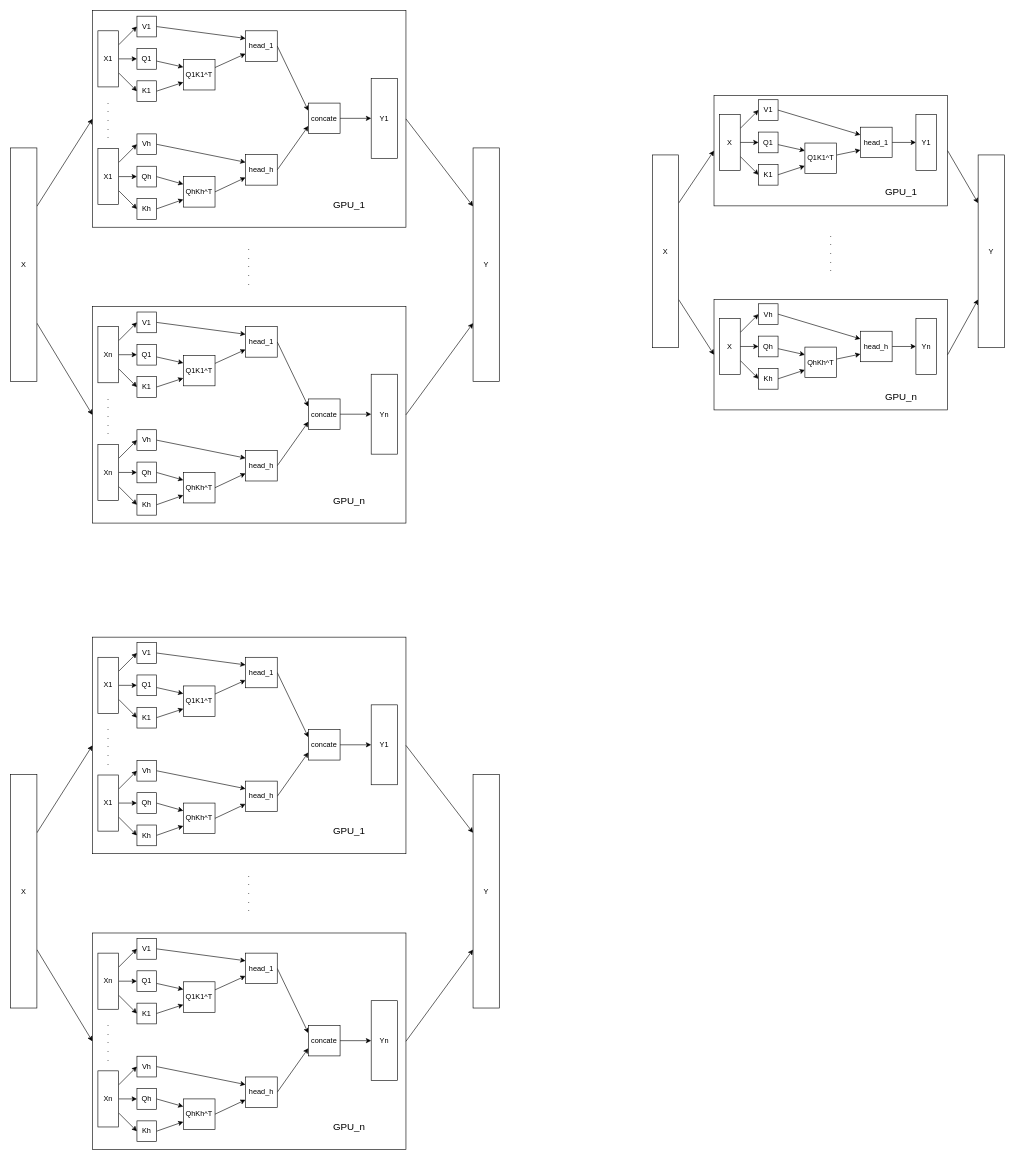
Earlier version of the draw.io diagram page "第 4 页" (4 of 4) of Untitled Diagram.drawio (htliang25/picture). Source tidied: cells renumbered, new cells numbered last; positions are measured from the earlier drawing's top-left corner, leaving out a move shared by most shapes. Both pictures are drawn from the tidied source at 61%, with x=0, y=0 at pixel (10, 10).
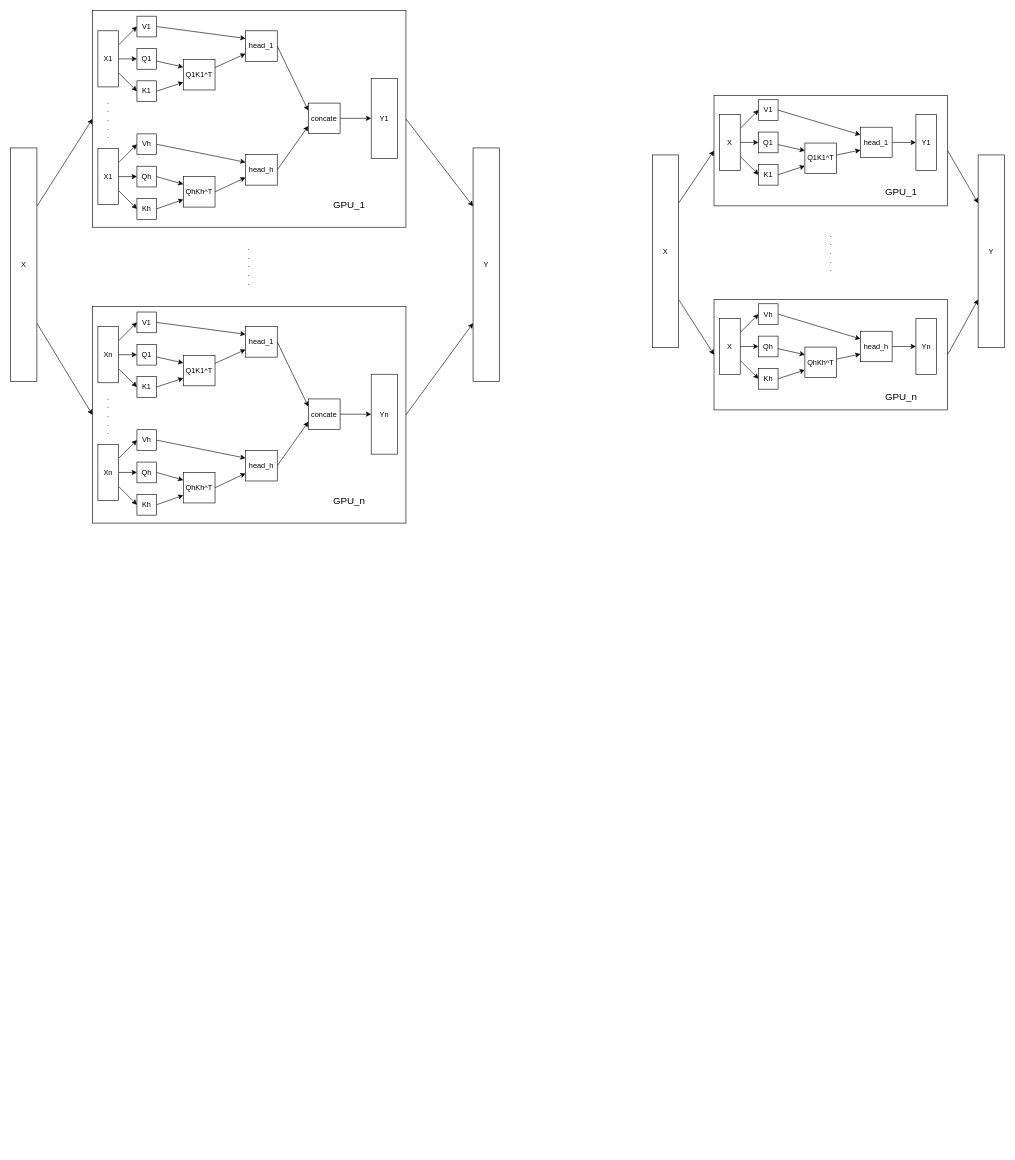
The same page after the edit.

Diff of the diagram source:
```diff
@@
-    <mxCell id="3" style="edgeStyle=none;rounded=0;jettySize=auto;html=1;exitX=1;exitY=0.5;exitDx=0;exitDy=0;entryX=0;entryY=0.25;entryDx=0;entryDy=0;fontSize=16;" parent="1" edge="1" source="5" target="192">
-      <mxGeometry relative="1" as="geometry" />
-    </mxCell>
@@
-    <mxCell id="5" style="rounded=0;whiteSpace=wrap;html=1;fillColor=none;" parent="1" vertex="1">
-      <mxGeometry x="134" y="1027" width="514" height="355" as="geometry" />
-    </mxCell>
@@
-    <mxCell id="11" style="edgeStyle=none;rounded=0;jettySize=auto;html=1;exitX=1;exitY=0.5;exitDx=0;exitDy=0;entryX=0;entryY=0.75;entryDx=0;entryDy=0;fontSize=16;" parent="1" edge="1" source="13" target="192">
-      <mxGeometry relative="1" as="geometry" />
-    </mxCell>
@@
-    <mxCell id="13" style="rounded=0;whiteSpace=wrap;html=1;fillColor=none;" parent="1" vertex="1">
-      <mxGeometry x="134" y="1512" width="514" height="355" as="geometry" />
-    </mxCell>
@@
-    <mxCell id="15" style="edgeStyle=none;rounded=0;jettySize=auto;html=1;exitX=1;exitY=0.25;exitDx=0;exitDy=0;entryX=0;entryY=0.5;entryDx=0;entryDy=0;" parent="1" edge="1" source="27" target="63">
-      <mxGeometry relative="1" as="geometry" />
-    </mxCell>
@@
-    <mxCell id="19" style="edgeStyle=none;rounded=0;jettySize=auto;html=1;exitX=1;exitY=0.5;exitDx=0;exitDy=0;entryX=0;entryY=0.5;entryDx=0;entryDy=0;" parent="1" edge="1" source="27" target="47">
-      <mxGeometry relative="1" as="geometry" />
-    </mxCell>
@@
-    <mxCell id="23" style="edgeStyle=none;rounded=0;jettySize=auto;html=1;exitX=1;exitY=0.75;exitDx=0;exitDy=0;entryX=0;entryY=0.5;entryDx=0;entryDy=0;" parent="1" edge="1" source="27" target="55">
-      <mxGeometry relative="1" as="geometry" />
-    </mxCell>
@@
-    <mxCell id="27" value="X1" style="rounded=0;whiteSpace=wrap;html=1;" parent="1" vertex="1">
-      <mxGeometry x="143" y="1060" width="34" height="92" as="geometry" />
-    </mxCell>
@@
-    <mxCell id="33" style="edgeStyle=none;rounded=0;jettySize=auto;html=1;exitX=1;exitY=0.25;exitDx=0;exitDy=0;entryX=0;entryY=0.5;entryDx=0;entryDy=0;" parent="1" edge="1" source="39" target="77">
-      <mxGeometry relative="1" as="geometry" />
-    </mxCell>
@@
-    <mxCell id="35" style="edgeStyle=none;rounded=0;jettySize=auto;html=1;exitX=1;exitY=0.5;exitDx=0;exitDy=0;entryX=0;entryY=0.5;entryDx=0;entryDy=0;" parent="1" edge="1" source="39" target="69">
-      <mxGeometry relative="1" as="geometry" />
-    </mxCell>
@@
-    <mxCell id="37" style="edgeStyle=none;rounded=0;jettySize=auto;html=1;exitX=1;exitY=0.75;exitDx=0;exitDy=0;entryX=0;entryY=0.5;entryDx=0;entryDy=0;" parent="1" edge="1" source="39" target="73">
-      <mxGeometry relative="1" as="geometry" />
-    </mxCell>
@@
-    <mxCell id="39" value="X1" style="rounded=0;whiteSpace=wrap;html=1;" parent="1" vertex="1">
-      <mxGeometry x="143" y="1253" width="34" height="92" as="geometry" />
-    </mxCell>
@@
-    <mxCell id="41" value=".&lt;br&gt;.&lt;br&gt;.&lt;br&gt;.&lt;br&gt;." style="text;html=1;strokeColor=none;fillColor=none;align=center;verticalAlign=middle;whiteSpace=wrap;rounded=0;" parent="1" vertex="1">
-      <mxGeometry x="148" y="1154" width="24" height="99" as="geometry" />
-    </mxCell>
@@
-    <mxCell id="43" style="edgeStyle=none;rounded=0;jettySize=auto;html=1;entryX=0;entryY=0.25;entryDx=0;entryDy=0;" parent="1" edge="1" source="47" target="83">
-      <mxGeometry relative="1" as="geometry" />
-    </mxCell>
@@
-    <mxCell id="47" value="Q1" style="rounded=0;whiteSpace=wrap;html=1;" parent="1" vertex="1">
-      <mxGeometry x="207" y="1089" width="32" height="34" as="geometry" />
-    </mxCell>
@@
-    <mxCell id="51" style="edgeStyle=none;rounded=0;jettySize=auto;html=1;exitX=1;exitY=0.5;exitDx=0;exitDy=0;entryX=0;entryY=0.75;entryDx=0;entryDy=0;" parent="1" edge="1" source="55" target="83">
-      <mxGeometry relative="1" as="geometry" />
-    </mxCell>
@@
-    <mxCell id="55" value="K1" style="rounded=0;whiteSpace=wrap;html=1;" parent="1" vertex="1">
-      <mxGeometry x="207" y="1142" width="32" height="34" as="geometry" />
-    </mxCell>
@@
-    <mxCell id="59" style="edgeStyle=none;rounded=0;jettySize=auto;html=1;exitX=1;exitY=0.5;exitDx=0;exitDy=0;entryX=0;entryY=0.25;entryDx=0;entryDy=0;" parent="1" edge="1" source="63" target="89">
-      <mxGeometry relative="1" as="geometry" />
-    </mxCell>
@@
-    <mxCell id="63" value="V1" style="rounded=0;whiteSpace=wrap;html=1;" parent="1" vertex="1">
-      <mxGeometry x="207" y="1036" width="32" height="34" as="geometry" />
-    </mxCell>
@@
-    <mxCell id="67" style="edgeStyle=none;rounded=0;jettySize=auto;html=1;exitX=1;exitY=0.5;exitDx=0;exitDy=0;entryX=0;entryY=0.25;entryDx=0;entryDy=0;" parent="1" edge="1" source="69" target="97">
-      <mxGeometry relative="1" as="geometry" />
-    </mxCell>
@@
-    <mxCell id="69" value="Qh" style="rounded=0;whiteSpace=wrap;html=1;" parent="1" vertex="1">
-      <mxGeometry x="207" y="1282" width="32" height="34" as="geometry" />
-    </mxCell>
@@
-    <mxCell id="71" style="edgeStyle=none;rounded=0;jettySize=auto;html=1;exitX=1;exitY=0.5;exitDx=0;exitDy=0;entryX=0;entryY=0.75;entryDx=0;entryDy=0;" parent="1" edge="1" source="73" target="97">
-      <mxGeometry relative="1" as="geometry" />
-    </mxCell>
@@
-    <mxCell id="73" value="Kh" style="rounded=0;whiteSpace=wrap;html=1;" parent="1" vertex="1">
-      <mxGeometry x="207" y="1335" width="32" height="34" as="geometry" />
-    </mxCell>
@@
-    <mxCell id="75" style="edgeStyle=none;rounded=0;jettySize=auto;html=1;exitX=1;exitY=0.5;exitDx=0;exitDy=0;entryX=0;entryY=0.25;entryDx=0;entryDy=0;" parent="1" edge="1" source="77" target="101">
-      <mxGeometry relative="1" as="geometry" />
-    </mxCell>
@@
-    <mxCell id="77" value="Vh" style="rounded=0;whiteSpace=wrap;html=1;" parent="1" vertex="1">
-      <mxGeometry x="207" y="1229" width="32" height="34" as="geometry" />
-    </mxCell>
@@
-    <mxCell id="79" style="edgeStyle=none;rounded=0;jettySize=auto;html=1;entryX=0;entryY=0.75;entryDx=0;entryDy=0;" parent="1" edge="1" source="83" target="89">
-      <mxGeometry relative="1" as="geometry" />
-    </mxCell>
@@
-    <mxCell id="83" value="Q1K1^T" style="rounded=0;whiteSpace=wrap;html=1;" parent="1" vertex="1">
-      <mxGeometry x="283" y="1107" width="52" height="50" as="geometry" />
-    </mxCell>
@@
-    <mxCell id="87" style="edgeStyle=none;rounded=0;jettySize=auto;html=1;exitX=1;exitY=0.5;exitDx=0;exitDy=0;entryX=0;entryY=0.25;entryDx=0;entryDy=0;" parent="1" edge="1" source="89" target="105">
-      <mxGeometry relative="1" as="geometry" />
-    </mxCell>
@@
-    <mxCell id="89" value="head_1" style="rounded=0;whiteSpace=wrap;html=1;" parent="1" vertex="1">
-      <mxGeometry x="385" y="1060" width="52" height="50" as="geometry" />
-    </mxCell>
@@
-    <mxCell id="95" style="edgeStyle=none;rounded=0;jettySize=auto;html=1;exitX=1;exitY=0.5;exitDx=0;exitDy=0;entryX=0;entryY=0.75;entryDx=0;entryDy=0;" parent="1" edge="1" source="97" target="101">
-      <mxGeometry relative="1" as="geometry" />
-    </mxCell>
@@
-    <mxCell id="97" value="QhKh^T" style="rounded=0;whiteSpace=wrap;html=1;" parent="1" vertex="1">
-      <mxGeometry x="283" y="1299" width="52" height="50" as="geometry" />
-    </mxCell>
@@
-    <mxCell id="99" style="edgeStyle=none;rounded=0;jettySize=auto;html=1;exitX=1;exitY=0.5;exitDx=0;exitDy=0;entryX=0;entryY=0.75;entryDx=0;entryDy=0;" parent="1" edge="1" source="101" target="105">
-      <mxGeometry relative="1" as="geometry" />
-    </mxCell>
@@
-    <mxCell id="101" value="head_h" style="rounded=0;whiteSpace=wrap;html=1;" parent="1" vertex="1">
-      <mxGeometry x="385" y="1263" width="52" height="50" as="geometry" />
-    </mxCell>
@@
-    <mxCell id="103" style="edgeStyle=none;rounded=0;jettySize=auto;html=1;" parent="1" edge="1" source="105" target="107">
-      <mxGeometry relative="1" as="geometry" />
-    </mxCell>
@@
-    <mxCell id="105" value="concate" style="rounded=0;whiteSpace=wrap;html=1;" parent="1" vertex="1">
-      <mxGeometry x="488" y="1178.5" width="52" height="50" as="geometry" />
-    </mxCell>
@@
-    <mxCell id="107" value="Y1" style="rounded=0;whiteSpace=wrap;html=1;" parent="1" vertex="1">
-      <mxGeometry x="591" y="1138" width="43" height="131" as="geometry" />
-    </mxCell>
@@
-    <mxCell id="109" value="&lt;font style=&quot;font-size: 16px;&quot;&gt;GPU_1&lt;/font&gt;" style="text;html=1;strokeColor=none;fillColor=none;align=center;verticalAlign=middle;whiteSpace=wrap;rounded=0;" parent="1" vertex="1">
-      <mxGeometry x="519" y="1325" width="72" height="40" as="geometry" />
-    </mxCell>
@@
-    <mxCell id="113" style="edgeStyle=none;rounded=0;jettySize=auto;html=1;exitX=1;exitY=0.25;exitDx=0;exitDy=0;entryX=0;entryY=0.5;entryDx=0;entryDy=0;" parent="1" edge="1" source="119" target="141">
-      <mxGeometry relative="1" as="geometry" />
-    </mxCell>
@@
-    <mxCell id="115" style="edgeStyle=none;rounded=0;jettySize=auto;html=1;exitX=1;exitY=0.5;exitDx=0;exitDy=0;entryX=0;entryY=0.5;entryDx=0;entryDy=0;" parent="1" edge="1" source="119" target="133">
-      <mxGeometry relative="1" as="geometry" />
-    </mxCell>
@@
-    <mxCell id="117" style="edgeStyle=none;rounded=0;jettySize=auto;html=1;exitX=1;exitY=0.75;exitDx=0;exitDy=0;entryX=0;entryY=0.5;entryDx=0;entryDy=0;" parent="1" edge="1" source="119" target="137">
-      <mxGeometry relative="1" as="geometry" />
-    </mxCell>
@@
-    <mxCell id="119" value="Xn" style="rounded=0;whiteSpace=wrap;html=1;" parent="1" vertex="1">
-      <mxGeometry x="143" y="1545" width="34" height="92" as="geometry" />
-    </mxCell>
@@
-    <mxCell id="121" style="edgeStyle=none;rounded=0;jettySize=auto;html=1;exitX=1;exitY=0.25;exitDx=0;exitDy=0;entryX=0;entryY=0.5;entryDx=0;entryDy=0;" parent="1" edge="1" source="127" target="153">
-      <mxGeometry relative="1" as="geometry" />
-    </mxCell>
@@
-    <mxCell id="123" style="edgeStyle=none;rounded=0;jettySize=auto;html=1;exitX=1;exitY=0.5;exitDx=0;exitDy=0;entryX=0;entryY=0.5;entryDx=0;entryDy=0;" parent="1" edge="1" source="127" target="145">
-      <mxGeometry relative="1" as="geometry" />
-    </mxCell>
@@
-    <mxCell id="125" style="edgeStyle=none;rounded=0;jettySize=auto;html=1;exitX=1;exitY=0.75;exitDx=0;exitDy=0;entryX=0;entryY=0.5;entryDx=0;entryDy=0;" parent="1" edge="1" source="127" target="149">
-      <mxGeometry relative="1" as="geometry" />
-    </mxCell>
@@
-    <mxCell id="127" value="Xn" style="rounded=0;whiteSpace=wrap;html=1;" parent="1" vertex="1">
-      <mxGeometry x="143" y="1738" width="34" height="92" as="geometry" />
-    </mxCell>
@@
-    <mxCell id="129" value=".&lt;br&gt;.&lt;br&gt;.&lt;br&gt;.&lt;br&gt;." style="text;html=1;strokeColor=none;fillColor=none;align=center;verticalAlign=middle;whiteSpace=wrap;rounded=0;" parent="1" vertex="1">
-      <mxGeometry x="148" y="1639" width="24" height="99" as="geometry" />
-    </mxCell>
@@
-    <mxCell id="131" style="edgeStyle=none;rounded=0;jettySize=auto;html=1;entryX=0;entryY=0.25;entryDx=0;entryDy=0;" parent="1" edge="1" source="133" target="157">
-      <mxGeometry relative="1" as="geometry" />
-    </mxCell>
@@
-    <mxCell id="133" value="Q1" style="rounded=0;whiteSpace=wrap;html=1;" parent="1" vertex="1">
-      <mxGeometry x="207" y="1574" width="32" height="34" as="geometry" />
-    </mxCell>
@@
-    <mxCell id="135" style="edgeStyle=none;rounded=0;jettySize=auto;html=1;exitX=1;exitY=0.5;exitDx=0;exitDy=0;entryX=0;entryY=0.75;entryDx=0;entryDy=0;" parent="1" edge="1" source="137" target="157">
-      <mxGeometry relative="1" as="geometry" />
-    </mxCell>
@@
-    <mxCell id="137" value="K1" style="rounded=0;whiteSpace=wrap;html=1;" parent="1" vertex="1">
-      <mxGeometry x="207" y="1627" width="32" height="34" as="geometry" />
-    </mxCell>
@@
-    <mxCell id="139" style="edgeStyle=none;rounded=0;jettySize=auto;html=1;exitX=1;exitY=0.5;exitDx=0;exitDy=0;entryX=0;entryY=0.25;entryDx=0;entryDy=0;" parent="1" edge="1" source="141" target="161">
-      <mxGeometry relative="1" as="geometry" />
-    </mxCell>
@@
-    <mxCell id="141" value="V1" style="rounded=0;whiteSpace=wrap;html=1;" parent="1" vertex="1">
-      <mxGeometry x="207" y="1521" width="32" height="34" as="geometry" />
-    </mxCell>
@@
-    <mxCell id="143" style="edgeStyle=none;rounded=0;jettySize=auto;html=1;exitX=1;exitY=0.5;exitDx=0;exitDy=0;entryX=0;entryY=0.25;entryDx=0;entryDy=0;" parent="1" edge="1" source="145" target="165">
-      <mxGeometry relative="1" as="geometry" />
-    </mxCell>
@@
-    <mxCell id="145" value="Qh" style="rounded=0;whiteSpace=wrap;html=1;" parent="1" vertex="1">
-      <mxGeometry x="207" y="1767" width="32" height="34" as="geometry" />
-    </mxCell>
@@
-    <mxCell id="147" style="edgeStyle=none;rounded=0;jettySize=auto;html=1;exitX=1;exitY=0.5;exitDx=0;exitDy=0;entryX=0;entryY=0.75;entryDx=0;entryDy=0;" parent="1" edge="1" source="149" target="165">
-      <mxGeometry relative="1" as="geometry" />
-    </mxCell>
@@
-    <mxCell id="149" value="Kh" style="rounded=0;whiteSpace=wrap;html=1;" parent="1" vertex="1">
-      <mxGeometry x="207" y="1820" width="32" height="34" as="geometry" />
-    </mxCell>
@@
-    <mxCell id="151" style="edgeStyle=none;rounded=0;jettySize=auto;html=1;exitX=1;exitY=0.5;exitDx=0;exitDy=0;entryX=0;entryY=0.25;entryDx=0;entryDy=0;" parent="1" edge="1" source="153" target="169">
-      <mxGeometry relative="1" as="geometry" />
-    </mxCell>
@@
-    <mxCell id="153" value="Vh" style="rounded=0;whiteSpace=wrap;html=1;" parent="1" vertex="1">
-      <mxGeometry x="207" y="1714" width="32" height="34" as="geometry" />
-    </mxCell>
@@
-    <mxCell id="155" style="edgeStyle=none;rounded=0;jettySize=auto;html=1;entryX=0;entryY=0.75;entryDx=0;entryDy=0;" parent="1" edge="1" source="157" target="161">
-      <mxGeometry relative="1" as="geometry" />
-    </mxCell>
@@
-    <mxCell id="157" value="Q1K1^T" style="rounded=0;whiteSpace=wrap;html=1;" parent="1" vertex="1">
-      <mxGeometry x="283" y="1592" width="52" height="50" as="geometry" />
-    </mxCell>
@@
-    <mxCell id="159" style="edgeStyle=none;rounded=0;jettySize=auto;html=1;exitX=1;exitY=0.5;exitDx=0;exitDy=0;entryX=0;entryY=0.25;entryDx=0;entryDy=0;" parent="1" edge="1" source="161" target="173">
-      <mxGeometry relative="1" as="geometry" />
-    </mxCell>
@@
-    <mxCell id="161" value="head_1" style="rounded=0;whiteSpace=wrap;html=1;" parent="1" vertex="1">
-      <mxGeometry x="385" y="1545" width="52" height="50" as="geometry" />
-    </mxCell>
@@
-    <mxCell id="163" style="edgeStyle=none;rounded=0;jettySize=auto;html=1;exitX=1;exitY=0.5;exitDx=0;exitDy=0;entryX=0;entryY=0.75;entryDx=0;entryDy=0;" parent="1" edge="1" source="165" target="169">
-      <mxGeometry relative="1" as="geometry" />
-    </mxCell>
@@
-    <mxCell id="165" value="QhKh^T" style="rounded=0;whiteSpace=wrap;html=1;" parent="1" vertex="1">
-      <mxGeometry x="283" y="1784" width="52" height="50" as="geometry" />
-    </mxCell>
@@
-    <mxCell id="167" style="edgeStyle=none;rounded=0;jettySize=auto;html=1;exitX=1;exitY=0.5;exitDx=0;exitDy=0;entryX=0;entryY=0.75;entryDx=0;entryDy=0;" parent="1" edge="1" source="169" target="173">
-      <mxGeometry relative="1" as="geometry" />
-    </mxCell>
@@
-    <mxCell id="169" value="head_h" style="rounded=0;whiteSpace=wrap;html=1;" parent="1" vertex="1">
-      <mxGeometry x="385" y="1748" width="52" height="50" as="geometry" />
-    </mxCell>
@@
-    <mxCell id="171" style="edgeStyle=none;rounded=0;jettySize=auto;html=1;" parent="1" edge="1" source="173" target="175">
-      <mxGeometry relative="1" as="geometry" />
-    </mxCell>
@@
-    <mxCell id="173" value="concate" style="rounded=0;whiteSpace=wrap;html=1;" parent="1" vertex="1">
-      <mxGeometry x="488" y="1663.5" width="52" height="50" as="geometry" />
-    </mxCell>
@@
-    <mxCell id="175" value="Yn" style="rounded=0;whiteSpace=wrap;html=1;" parent="1" vertex="1">
-      <mxGeometry x="591" y="1623" width="43" height="131" as="geometry" />
-    </mxCell>
@@
-    <mxCell id="177" value="&lt;font style=&quot;font-size: 16px;&quot;&gt;GPU_n&lt;/font&gt;" style="text;html=1;strokeColor=none;fillColor=none;align=center;verticalAlign=middle;whiteSpace=wrap;rounded=0;" parent="1" vertex="1">
-      <mxGeometry x="519" y="1810" width="72" height="40" as="geometry" />
-    </mxCell>
@@
-    <mxCell id="179" value=".&lt;br&gt;.&lt;br&gt;.&lt;br&gt;.&lt;br&gt;." style="text;html=1;strokeColor=none;fillColor=none;align=center;verticalAlign=middle;whiteSpace=wrap;rounded=0;" parent="1" vertex="1">
-      <mxGeometry x="379" y="1394" width="24" height="99" as="geometry" />
-    </mxCell>
@@
-    <mxCell id="182" style="edgeStyle=none;rounded=0;jettySize=auto;html=1;exitX=1;exitY=0.25;exitDx=0;exitDy=0;entryX=0;entryY=0.5;entryDx=0;entryDy=0;fontSize=16;" parent="1" edge="1" source="186" target="5">
-      <mxGeometry relative="1" as="geometry" />
-    </mxCell>
@@
-    <mxCell id="184" style="edgeStyle=none;rounded=0;jettySize=auto;html=1;exitX=1;exitY=0.75;exitDx=0;exitDy=0;entryX=0;entryY=0.5;entryDx=0;entryDy=0;fontSize=16;" parent="1" edge="1" source="186" target="13">
-      <mxGeometry relative="1" as="geometry" />
-    </mxCell>
@@
-    <mxCell id="186" value="X" style="rounded=0;whiteSpace=wrap;html=1;" parent="1" vertex="1">
-      <mxGeometry y="1252" width="43" height="383" as="geometry" />
-    </mxCell>
@@
-    <mxCell id="192" value="Y" style="rounded=0;whiteSpace=wrap;html=1;" parent="1" vertex="1">
-      <mxGeometry x="758" y="1252" width="43" height="383" as="geometry" />
-    </mxCell>
```
